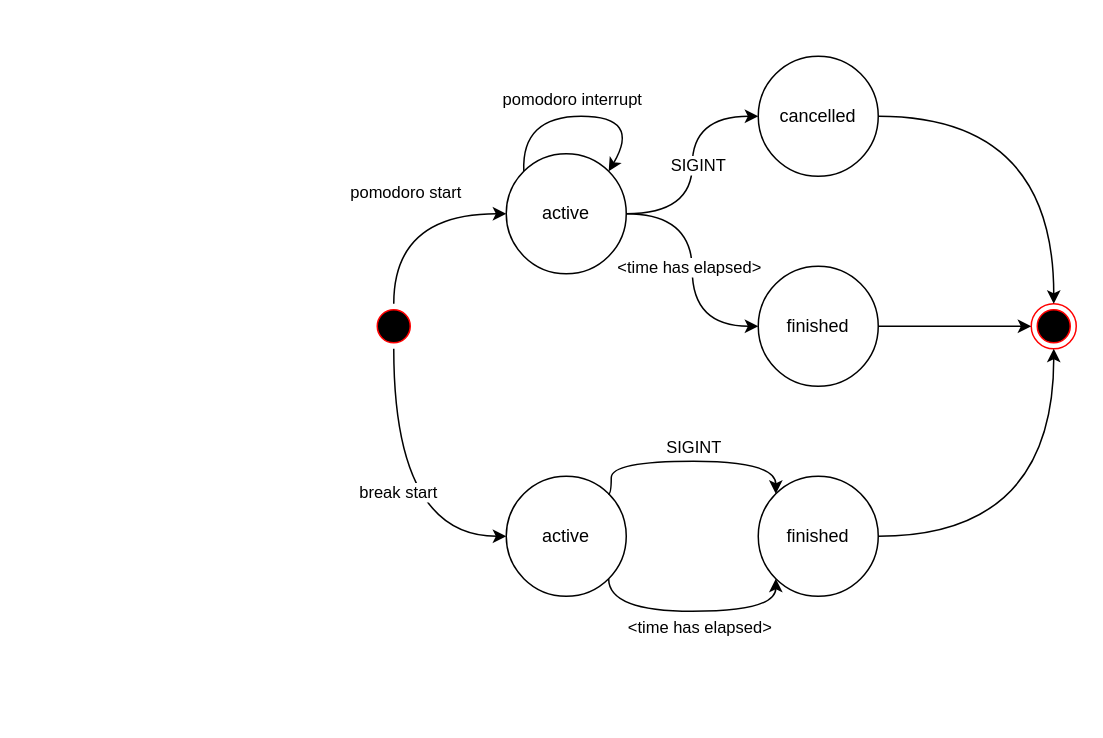
This is doc/statemachine.drawio from suhlig/rustomato, a draw.io file, before an edit. Source tidied: cells renumbered, new cells numbered last; positions are measured from the earlier drawing's top-left corner, leaving out a move shared by most shapes. Both pictures are drawn from the tidied source at 150%, with x=0, y=0 at pixel (370, 56).
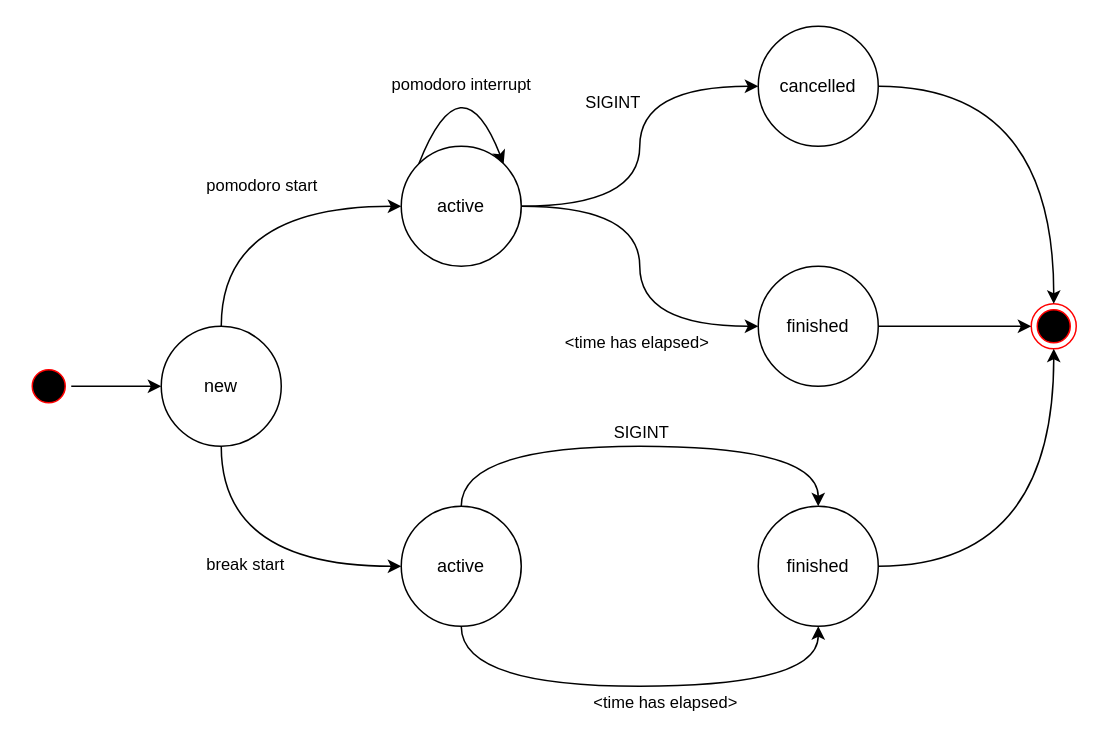
After the change.

Commit message:
Bring back the new state

This is what a schedulable is in between creating and running it.

The change refers to these unchanged cells:
```xml
<mxCell id="4" style="edgeStyle=orthogonalEdgeStyle;curved=1;jettySize=auto;html=1;strokeColor=#000000;" parent="1" edge="1" source="8" target="17">
  <mxGeometry relative="1" as="geometry" />
</mxCell>
<mxCell id="6" style="edgeStyle=orthogonalEdgeStyle;curved=1;jettySize=auto;html=1;strokeColor=#000000;" parent="1" edge="1" source="8" target="15">
  <mxGeometry relative="1" as="geometry" />
</mxCell>
```

The edit, as a diff of the source:
```diff
@@
+    <mxCell id="25" style="edgeStyle=orthogonalEdgeStyle;rounded=0;jettySize=auto;html=1;" parent="1" edge="1" source="2" target="26">
+      <mxGeometry relative="1" as="geometry" />
+    </mxCell>
     <mxCell id="2" style="ellipse;html=1;shape=startState;fillColor=#000000;strokeColor=#ff0000;" parent="1" vertex="1">
-      <mxGeometry y="165" width="30" height="30" as="geometry" />
+      <mxGeometry x="-230" y="205" width="30" height="30" as="geometry" />
     </mxCell>
@@
     <mxCell id="5" value="SIGINT" style="edgeLabel;html=1;align=center;verticalAlign=middle;" parent="4" vertex="1">
-      <mxGeometry y="-3" relative="1" as="geometry" />
+      <mxGeometry y="-3" relative="1" as="geometry">
+        <mxPoint x="-22" y="-30" as="offset" />
+      </mxGeometry>
     </mxCell>
@@
     <mxCell id="7" value="&amp;lt;time has elapsed&amp;gt;" style="edgeLabel;html=1;align=center;verticalAlign=middle;" parent="6" vertex="1">
-      <mxGeometry x="-0.03" y="-3" relative="1" as="geometry" />
+      <mxGeometry x="-0.03" y="-3" relative="1" as="geometry">
+        <mxPoint y="54" as="offset" />
+      </mxGeometry>
     </mxCell>
     <mxCell id="8" value="active" style="ellipse;whiteSpace=wrap;html=1;" parent="1" vertex="1">
-      <mxGeometry x="90" y="65" width="80" height="80" as="geometry" />
+      <mxGeometry x="20" y="60" width="80" height="80" as="geometry" />
     </mxCell>
-    <mxCell id="9" value="pomodoro interrupt" style="endArrow=classic;html=1;exitX=0;exitY=0;exitDx=0;exitDy=0;entryX=1;entryY=0;entryDx=0;entryDy=0;curved=1;" parent="1" edge="1" source="8" target="8">
-      <mxGeometry x="-0.06" y="10" relative="1" as="geometry">
+    <mxCell id="9" value="pomodoro interrupt" style="endArrow=classic;html=1;exitX=0;exitY=0;exitDx=0;exitDy=0;entryX=1;entryY=0;entryDx=0;entryDy=0;curved=1;strokeColor=#000000;" parent="1" edge="1" source="8" target="8">
+      <mxGeometry x="-0.24" y="-7" relative="1" as="geometry">
         <Array as="points">
-          <mxPoint x="100" y="40" />
-          <mxPoint x="180" y="40" />
+          <mxPoint x="60" />
         </Array>
-        <mxPoint x="-4" y="-1" as="offset" />
       </mxGeometry>
     </mxCell>
-    <mxCell id="10" style="edgeStyle=orthogonalEdgeStyle;curved=1;jettySize=auto;html=1;strokeColor=#000000;entryX=0;entryY=0.5;entryDx=0;entryDy=0;exitX=0.5;exitY=0;exitDx=0;exitDy=0;" parent="1" edge="1" source="2" target="8">
+    <mxCell id="10" style="edgeStyle=orthogonalEdgeStyle;curved=1;jettySize=auto;html=1;strokeColor=#000000;entryX=0;entryY=0.5;entryDx=0;entryDy=0;exitX=0.5;exitY=0;exitDx=0;exitDy=0;" parent="1" edge="1" source="26" target="8">
       <mxGeometry relative="1" as="geometry" />
     </mxCell>
@@
-    <mxCell id="12" style="edgeStyle=orthogonalEdgeStyle;curved=1;jettySize=auto;html=1;strokeColor=#000000;entryX=0;entryY=0.5;entryDx=0;entryDy=0;entryPerimeter=0;exitX=0.5;exitY=1;exitDx=0;exitDy=0;" parent="1" edge="1" source="2" target="20">
+    <mxCell id="12" style="edgeStyle=orthogonalEdgeStyle;curved=1;jettySize=auto;html=1;strokeColor=#000000;entryX=0;entryY=0.5;entryDx=0;entryDy=0;entryPerimeter=0;exitX=0.5;exitY=1;exitDx=0;exitDy=0;" parent="1" edge="1" source="26" target="20">
       <mxGeometry relative="1" as="geometry" />
     </mxCell>
@@
     <mxCell id="17" value="cancelled" style="ellipse;whiteSpace=wrap;html=1;" parent="1" vertex="1">
-      <mxGeometry x="258" width="80" height="80" as="geometry" />
+      <mxGeometry x="258" y="-20" width="80" height="80" as="geometry" />
     </mxCell>
-    <mxCell id="18" style="edgeStyle=orthogonalEdgeStyle;curved=1;jettySize=auto;html=1;strokeColor=#000000;entryX=0;entryY=1;entryDx=0;entryDy=0;exitX=1;exitY=1;exitDx=0;exitDy=0;" parent="1" edge="1" source="20" target="22">
+    <mxCell id="18" style="edgeStyle=orthogonalEdgeStyle;curved=1;jettySize=auto;html=1;strokeColor=#000000;" parent="1" edge="1" source="20" target="22">
       <mxGeometry relative="1" as="geometry">
         <Array as="points">
-          <mxPoint x="158" y="370" />
-          <mxPoint x="270" y="370" />
+          <mxPoint x="60" y="420" />
+          <mxPoint x="298" y="420" />
         </Array>
       </mxGeometry>
     </mxCell>
@@
     <mxCell id="20" value="active" style="ellipse;whiteSpace=wrap;html=1;" parent="1" vertex="1">
-      <mxGeometry x="90" y="280" width="80" height="80" as="geometry" />
+      <mxGeometry x="20" y="300" width="80" height="80" as="geometry" />
     </mxCell>
@@
     <mxCell id="22" value="finished" style="ellipse;whiteSpace=wrap;html=1;" parent="1" vertex="1">
-      <mxGeometry x="258" y="280" width="80" height="80" as="geometry" />
+      <mxGeometry x="258" y="300" width="80" height="80" as="geometry" />
     </mxCell>
-    <mxCell id="23" style="edgeStyle=orthogonalEdgeStyle;curved=1;jettySize=auto;html=1;strokeColor=#000000;entryX=0;entryY=0;entryDx=0;entryDy=0;" parent="1" edge="1" target="22">
+    <mxCell id="23" style="edgeStyle=orthogonalEdgeStyle;jettySize=auto;html=1;strokeColor=#000000;curved=1;" parent="1" edge="1" source="20" target="22">
       <mxGeometry relative="1" as="geometry">
-        <mxPoint x="158" y="292" as="sourcePoint" />
         <Array as="points">
-          <mxPoint x="160" y="292" />
-          <mxPoint x="160" y="270" />
-          <mxPoint x="270" y="270" />
+          <mxPoint x="60" y="260" />
+          <mxPoint x="298" y="260" />
         </Array>
       </mxGeometry>
     </mxCell>
@@
+    <mxCell id="26" value="new" style="ellipse;whiteSpace=wrap;html=1;" parent="1" vertex="1">
+      <mxGeometry x="-140" y="180" width="80" height="80" as="geometry" />
+    </mxCell>
```
